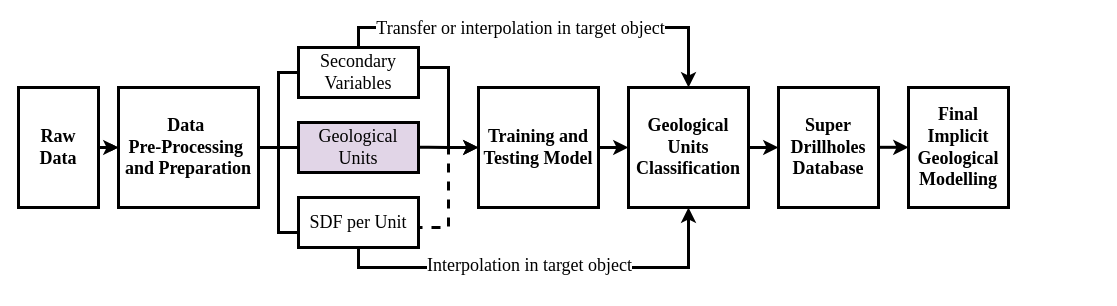
This is flow_geology_research.drawio from heberallin/Trabajos, a draw.io file, before an edit. Source tidied: cells renumbered, new cells numbered last; positions are measured from the earlier drawing's top-left corner, leaving out a move shared by most shapes. Both pictures are drawn from the tidied source at 100%, with x=0, y=0 at pixel (18, 47).
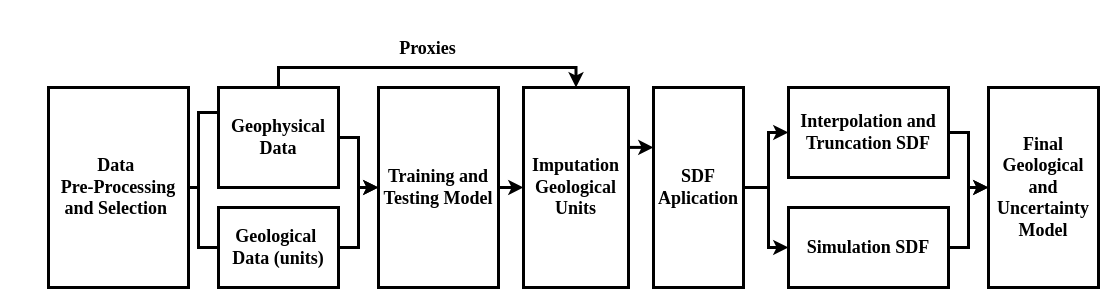
Above is the later version.

What changed in the source:
```diff
@@
-    <mxCell id="2" style="edgeStyle=orthogonalEdgeStyle;rounded=0;jettySize=auto;html=1;exitX=1;exitY=0.5;exitDx=0;exitDy=0;entryX=0;entryY=0.5;entryDx=0;entryDy=0;strokeWidth=3;fontSize=18;fontFamily=Times New Roman;fontStyle=1;" parent="1" edge="1" source="4" target="6">
-      <mxGeometry relative="1" as="geometry" />
-    </mxCell>
-    <mxCell id="3" style="edgeStyle=orthogonalEdgeStyle;rounded=0;jettySize=auto;html=1;fontFamily=Times New Roman;fontSize=18;fontStyle=1;" parent="1" edge="1" source="4" target="6">
-      <mxGeometry relative="1" as="geometry" />
-    </mxCell>
-    <mxCell id="4" value="&lt;font&gt;Raw&lt;/font&gt;&lt;div&gt;&lt;font&gt;Data&lt;/font&gt;&lt;/div&gt;" style="rounded=0;whiteSpace=wrap;html=1;strokeWidth=3;fillStyle=auto;glass=0;shadow=0;fontFamily=Times New Roman;fontSize=18;fontStyle=1;" parent="1" vertex="1">
-      <mxGeometry y="40" width="80" height="120" as="geometry" />
-    </mxCell>
-    <mxCell id="5" style="edgeStyle=orthogonalEdgeStyle;rounded=0;jettySize=auto;html=1;exitX=1;exitY=0.5;exitDx=0;exitDy=0;entryX=0;entryY=0.5;entryDx=0;entryDy=0;endArrow=none;startFill=0;strokeWidth=3;fontFamily=Times New Roman;fontSize=18;fontStyle=1;" parent="1" edge="1" source="6" target="24">
+    <mxCell id="5" style="edgeStyle=orthogonalEdgeStyle;rounded=0;jettySize=auto;html=1;exitX=1;exitY=0.5;exitDx=0;exitDy=0;entryX=0;entryY=0.5;entryDx=0;entryDy=0;endArrow=none;startFill=0;strokeWidth=3;fontFamily=Times New Roman;fontSize=18;fontStyle=1;labelBackgroundColor=none;fontColor=default;" parent="1" edge="1" source="6" target="24">
       <mxGeometry relative="1" as="geometry">
         <Array as="points">
-          <mxPoint x="260" y="100" />
-          <mxPoint x="260" y="25" />
+          <mxPoint x="180" y="140" />
+          <mxPoint x="180" y="65" />
+          <mxPoint x="200" y="65" />
         </Array>
       </mxGeometry>
     </mxCell>
-    <mxCell id="6" value="&lt;font&gt;Data&amp;nbsp;&lt;/font&gt;&lt;div&gt;&lt;font&gt;Pre-Processing&amp;nbsp;&lt;/font&gt;&lt;/div&gt;&lt;div&gt;&lt;font&gt;and Preparation&lt;/font&gt;&lt;/div&gt;" style="rounded=0;whiteSpace=wrap;html=1;strokeWidth=3;fillStyle=auto;glass=0;shadow=0;fontFamily=Times New Roman;fontSize=18;fontStyle=1;" parent="1" vertex="1">
-      <mxGeometry x="100" y="40" width="140" height="120" as="geometry" />
+    <mxCell id="6" value="&lt;font&gt;Data&amp;nbsp;&lt;/font&gt;&lt;div&gt;&lt;font&gt;Pre-Processing and Selection&amp;nbsp;&lt;/font&gt;&lt;/div&gt;" style="rounded=0;whiteSpace=wrap;html=1;strokeWidth=3;fillStyle=auto;glass=0;shadow=0;fontFamily=Times New Roman;fontSize=18;fontStyle=1;labelBackgroundColor=none;" parent="1" vertex="1">
+      <mxGeometry x="30" y="40" width="140" height="200" as="geometry" />
     </mxCell>
-    <mxCell id="7" style="edgeStyle=orthogonalEdgeStyle;rounded=0;jettySize=auto;html=1;exitX=1;exitY=0.5;exitDx=0;exitDy=0;entryX=0;entryY=0.5;entryDx=0;entryDy=0;strokeWidth=3;fontFamily=Times New Roman;fontSize=18;fontStyle=1;" parent="1" edge="1" source="8" target="18">
+    <mxCell id="7" style="edgeStyle=orthogonalEdgeStyle;rounded=0;jettySize=auto;html=1;exitX=1;exitY=0.5;exitDx=0;exitDy=0;entryX=0;entryY=0.5;entryDx=0;entryDy=0;strokeWidth=3;fontFamily=Times New Roman;fontSize=18;fontStyle=1;labelBackgroundColor=none;fontColor=default;" parent="1" edge="1" source="8" target="18">
       <mxGeometry relative="1" as="geometry" />
     </mxCell>
-    <mxCell id="8" value="&lt;font&gt;Training and Testing Model&lt;/font&gt;" style="rounded=0;whiteSpace=wrap;html=1;strokeWidth=3;fillStyle=auto;glass=0;shadow=0;fontFamily=Times New Roman;fontSize=18;fontStyle=1;" parent="1" vertex="1">
-      <mxGeometry x="460" y="40" width="120" height="120" as="geometry" />
+    <mxCell id="8" value="&lt;font&gt;Training and Testing Model&lt;/font&gt;" style="rounded=0;whiteSpace=wrap;html=1;strokeWidth=3;fillStyle=auto;glass=0;shadow=0;fontFamily=Times New Roman;fontSize=18;fontStyle=1;labelBackgroundColor=none;" parent="1" vertex="1">
+      <mxGeometry x="360" y="40" width="120" height="200" as="geometry" />
     </mxCell>
-    <mxCell id="9" style="edgeStyle=orthogonalEdgeStyle;rounded=0;jettySize=auto;html=1;exitX=1;exitY=0.5;exitDx=0;exitDy=0;endArrow=classic;startFill=0;strokeWidth=3;endFill=1;fontFamily=Times New Roman;fontSize=18;fontStyle=1;" parent="1" edge="1" source="24" target="8">
-      <mxGeometry relative="1" as="geometry">
-        <Array as="points">
-          <mxPoint x="400" y="20" />
-          <mxPoint x="430" y="20" />
-          <mxPoint x="430" y="100" />
-        </Array>
-      </mxGeometry>
-    </mxCell>
-    <mxCell id="10" style="edgeStyle=orthogonalEdgeStyle;rounded=0;jettySize=auto;html=1;exitX=0.5;exitY=0;exitDx=0;exitDy=0;entryX=0.5;entryY=0;entryDx=0;entryDy=0;fontFamily=Times New Roman;fontSize=18;fontStyle=1;strokeWidth=3;" parent="1" edge="1" source="24" target="18">
+    <mxCell id="10" style="edgeStyle=orthogonalEdgeStyle;rounded=0;jettySize=auto;html=1;exitX=0.5;exitY=0;exitDx=0;exitDy=0;entryX=0.5;entryY=0;entryDx=0;entryDy=0;fontFamily=Times New Roman;fontSize=18;fontStyle=1;strokeWidth=3;labelBackgroundColor=none;fontColor=default;" parent="1" edge="1" source="24" target="18">
       <mxGeometry relative="1" as="geometry" />
     </mxCell>
-    <mxCell id="11" value="Transfer or interpolation in target object" style="edgeLabel;html=1;align=center;verticalAlign=middle;fontSize=18;fontFamily=Times New Roman;fontStyle=0;" parent="10" vertex="1">
+    <mxCell id="11" value="Proxies" style="edgeLabel;html=1;align=center;verticalAlign=middle;fontSize=18;fontFamily=Times New Roman;fontStyle=1;labelBackgroundColor=none;rounded=0;" parent="10" vertex="1">
       <mxGeometry x="-0.26" y="-5" relative="1" as="geometry">
-        <mxPoint x="29" y="-5" as="offset" />
+        <mxPoint x="43" y="-25" as="offset" />
       </mxGeometry>
     </mxCell>
-    <mxCell id="12" style="edgeStyle=orthogonalEdgeStyle;rounded=0;jettySize=auto;html=1;exitX=1;exitY=0.5;exitDx=0;exitDy=0;entryX=0;entryY=0.5;entryDx=0;entryDy=0;endArrow=classic;startFill=0;strokeWidth=3;endFill=1;fontFamily=Times New Roman;fontSize=18;fontStyle=1;dashed=1;" parent="1" edge="1" source="23" target="8">
-      <mxGeometry relative="1" as="geometry">
-        <Array as="points">
-          <mxPoint x="400" y="180" />
-          <mxPoint x="430" y="180" />
-          <mxPoint x="430" y="100" />
-        </Array>
-      </mxGeometry>
-    </mxCell>
-    <mxCell id="13" style="edgeStyle=orthogonalEdgeStyle;rounded=0;jettySize=auto;html=1;exitX=0.5;exitY=1;exitDx=0;exitDy=0;entryX=0.5;entryY=1;entryDx=0;entryDy=0;fontFamily=Times New Roman;fontSize=18;fontStyle=1;strokeWidth=3;" parent="1" edge="1" source="23" target="18">
-      <mxGeometry relative="1" as="geometry" />
-    </mxCell>
-    <mxCell id="14" value="&lt;font&gt;Interpolation in target object&lt;/font&gt;" style="edgeLabel;html=1;align=center;verticalAlign=middle;fontSize=18;fontFamily=Times New Roman;fontStyle=0;" parent="13" vertex="1">
-      <mxGeometry x="0.21" y="3" relative="1" as="geometry">
-        <mxPoint x="-58" as="offset" />
-      </mxGeometry>
-    </mxCell>
+    <mxCell id="28" style="edgeStyle=orthogonalEdgeStyle;rounded=0;jettySize=auto;html=1;exitX=1;exitY=0.5;exitDx=0;exitDy=0;entryX=0;entryY=0.5;entryDx=0;entryDy=0;strokeWidth=3;labelBackgroundColor=none;fontColor=default;" parent="1" edge="1" source="15" target="8">
+      <mxGeometry relative="1" as="geometry" />
+    </mxCell>
-    <mxCell id="15" value="Geological Units" style="rounded=0;whiteSpace=wrap;html=1;strokeWidth=3;fillStyle=auto;glass=0;shadow=0;fontFamily=Times New Roman;fontSize=18;fillColor=#e1d5e7;strokeColor=#000000;fontStyle=0;" parent="1" vertex="1">
-      <mxGeometry x="280" y="75" width="120" height="50" as="geometry" />
+    <mxCell id="15" value="Geological&amp;nbsp;&lt;div&gt;Data (units)&lt;/div&gt;" style="rounded=0;whiteSpace=wrap;html=1;strokeWidth=3;fillStyle=auto;glass=0;shadow=0;fontFamily=Times New Roman;fontSize=18;fontStyle=1;labelBackgroundColor=none;" parent="1" vertex="1">
+      <mxGeometry x="200" y="160" width="120" height="80" as="geometry" />
     </mxCell>
-    <mxCell id="16" style="edgeStyle=orthogonalEdgeStyle;rounded=0;jettySize=auto;html=1;exitX=1;exitY=0.5;exitDx=0;exitDy=0;entryX=0;entryY=0.5;entryDx=0;entryDy=0;endArrow=none;startFill=0;strokeWidth=3;fontSize=18;fontFamily=Times New Roman;fontStyle=1;" parent="1" edge="1" source="6" target="15">
+    <mxCell id="16" style="edgeStyle=orthogonalEdgeStyle;rounded=0;jettySize=auto;html=1;exitX=1;exitY=0.5;exitDx=0;exitDy=0;entryX=0;entryY=0.5;entryDx=0;entryDy=0;endArrow=none;startFill=0;strokeWidth=3;fontSize=18;fontFamily=Times New Roman;fontStyle=1;labelBackgroundColor=none;fontColor=default;" parent="1" edge="1" source="6" target="15">
       <mxGeometry relative="1" as="geometry">
         <Array as="points">
-          <mxPoint x="250" y="100" />
-          <mxPoint x="250" y="100" />
+          <mxPoint x="180" y="140" />
+          <mxPoint x="180" y="200" />
         </Array>
       </mxGeometry>
     </mxCell>
-    <mxCell id="17" style="edgeStyle=orthogonalEdgeStyle;rounded=0;jettySize=auto;html=1;exitX=1;exitY=0.5;exitDx=0;exitDy=0;entryX=0;entryY=0.5;entryDx=0;entryDy=0;strokeWidth=3;" parent="1" edge="1" source="18" target="19">
-      <mxGeometry relative="1" as="geometry" />
-    </mxCell>
-    <mxCell id="18" value="&lt;font&gt;Geological Units&lt;/font&gt;&lt;div&gt;&lt;font&gt;Classification&lt;/font&gt;&lt;/div&gt;" style="rounded=0;whiteSpace=wrap;html=1;strokeWidth=3;fillStyle=auto;glass=0;shadow=0;fontFamily=Times New Roman;fontSize=18;fontStyle=1;" parent="1" vertex="1">
-      <mxGeometry x="610" y="40" width="120" height="120" as="geometry" />
+    <mxCell id="18" value="Imputation Geological Units" style="rounded=0;whiteSpace=wrap;html=1;strokeWidth=3;fillStyle=auto;glass=0;shadow=0;fontFamily=Times New Roman;fontSize=18;fontStyle=1;labelBackgroundColor=none;" parent="1" vertex="1">
+      <mxGeometry x="505" y="40" width="105" height="200" as="geometry" />
     </mxCell>
+    <mxCell id="29" style="edgeStyle=orthogonalEdgeStyle;jettySize=auto;html=1;exitX=1;exitY=0.5;exitDx=0;exitDy=0;entryX=0;entryY=0.5;entryDx=0;entryDy=0;strokeWidth=3;rounded=0;curved=0;" parent="1" edge="1" source="19" target="25">
+      <mxGeometry relative="1" as="geometry">
+        <Array as="points">
+          <mxPoint x="750" y="140" />
+          <mxPoint x="750" y="85" />
+        </Array>
+      </mxGeometry>
+    </mxCell>
+    <mxCell id="30" style="edgeStyle=orthogonalEdgeStyle;jettySize=auto;html=1;exitX=1;exitY=0.5;exitDx=0;exitDy=0;entryX=0;entryY=0.5;entryDx=0;entryDy=0;rounded=0;curved=0;strokeWidth=3;" parent="1" edge="1" source="19" target="35">
+      <mxGeometry relative="1" as="geometry">
+        <Array as="points">
+          <mxPoint x="750" y="140" />
+          <mxPoint x="750" y="200" />
+        </Array>
+      </mxGeometry>
+    </mxCell>
-    <mxCell id="19" value="Super Drillholes&lt;div&gt;Database&lt;/div&gt;" style="rounded=0;whiteSpace=wrap;html=1;strokeWidth=3;fillStyle=auto;glass=0;shadow=0;fontFamily=Times New Roman;fontSize=18;fontStyle=1;" parent="1" vertex="1">
-      <mxGeometry x="760" y="40" width="100" height="120" as="geometry" />
+    <mxCell id="19" value="SDF Aplication" style="rounded=0;whiteSpace=wrap;html=1;strokeWidth=3;fillStyle=auto;glass=0;shadow=0;fontFamily=Times New Roman;fontSize=18;fontStyle=1;labelBackgroundColor=none;" parent="1" vertex="1">
+      <mxGeometry x="635" y="40" width="90" height="200" as="geometry" />
     </mxCell>
-    <mxCell id="20" style="endArrow=none;html=1;rounded=0;fontSize=18;strokeWidth=3;exitX=0;exitY=0.5;exitDx=0;exitDy=0;" parent="1" edge="1">
-      <mxGeometry relative="1" as="geometry">
-        <mxPoint x="280" y="185" as="sourcePoint" />
-        <mxPoint x="260" y="100" as="targetPoint" />
-        <Array as="points">
-          <mxPoint x="260" y="185" />
-        </Array>
-      </mxGeometry>
-    </mxCell>
-    <mxCell id="21" style="endArrow=none;html=1;rounded=0;fontSize=18;strokeWidth=3;exitX=0;exitY=0.5;exitDx=0;exitDy=0;" parent="1" edge="1" source="23">
-      <mxGeometry relative="1" as="geometry">
-        <mxPoint x="320" y="180" as="targetPoint" />
-      </mxGeometry>
-    </mxCell>
-    <mxCell id="22" style="endArrow=none;html=1;rounded=0;fontSize=18;strokeWidth=3;" parent="1" edge="1" target="23">
-      <mxGeometry relative="1" as="geometry">
-        <mxPoint x="320" y="180" as="sourcePoint" />
-      </mxGeometry>
-    </mxCell>
-    <mxCell id="23" value="&lt;font&gt;SDF per Unit&lt;/font&gt;" style="rounded=0;whiteSpace=wrap;html=1;strokeWidth=3;fillStyle=auto;glass=0;shadow=0;fontFamily=Times New Roman;fontSize=18;fontStyle=0;" parent="1" vertex="1">
-      <mxGeometry x="280" y="150" width="120" height="50" as="geometry" />
-    </mxCell>
+    <mxCell id="9" style="edgeStyle=orthogonalEdgeStyle;rounded=0;jettySize=auto;html=1;exitX=1;exitY=0.5;exitDx=0;exitDy=0;entryX=0;entryY=0.5;entryDx=0;entryDy=0;strokeWidth=3;labelBackgroundColor=none;fontColor=default;" parent="1" edge="1" source="24" target="8">
+      <mxGeometry relative="1" as="geometry" />
+    </mxCell>
-    <mxCell id="24" value="Secondary Variables" style="rounded=0;whiteSpace=wrap;html=1;strokeWidth=3;fillStyle=auto;glass=0;shadow=0;fontFamily=Times New Roman;fontSize=18;fontStyle=0;" parent="1" vertex="1">
-      <mxGeometry x="280" width="120" height="50" as="geometry" />
+    <mxCell id="24" value="Geophysical Data" style="rounded=0;whiteSpace=wrap;html=1;strokeWidth=3;fillStyle=auto;glass=0;shadow=0;fontFamily=Times New Roman;fontSize=18;fontStyle=1;labelBackgroundColor=none;labelPosition=center;verticalLabelPosition=middle;align=center;verticalAlign=middle;" parent="1" vertex="1">
+      <mxGeometry x="200" y="40" width="120" height="100" as="geometry" />
     </mxCell>
+    <mxCell id="31" style="edgeStyle=orthogonalEdgeStyle;jettySize=auto;html=1;exitX=1;exitY=0.5;exitDx=0;exitDy=0;entryX=0;entryY=0.5;entryDx=0;entryDy=0;rounded=0;curved=0;strokeWidth=3;" parent="1" edge="1" source="25" target="33">
+      <mxGeometry relative="1" as="geometry" />
+    </mxCell>
-    <mxCell id="25" value="Final Implicit&lt;div&gt;Geological Modelling&lt;/div&gt;" style="rounded=0;whiteSpace=wrap;html=1;strokeWidth=3;fillStyle=auto;glass=0;shadow=0;fontFamily=Times New Roman;fontSize=18;fontStyle=1;" parent="1" vertex="1">
-      <mxGeometry x="890" y="40" width="100" height="120" as="geometry" />
+    <mxCell id="25" value="Interpolation and Truncation SDF" style="rounded=0;whiteSpace=wrap;html=1;strokeWidth=3;fillStyle=auto;glass=0;shadow=0;fontFamily=Times New Roman;fontSize=18;fontStyle=1;labelBackgroundColor=none;" parent="1" vertex="1">
+      <mxGeometry x="770" y="40" width="160" height="90" as="geometry" />
     </mxCell>
-    <mxCell id="26" style="edgeStyle=orthogonalEdgeStyle;rounded=0;orthogonalLoop=1;jettySize=auto;html=1;exitX=1;exitY=0.5;exitDx=0;exitDy=0;entryX=0;entryY=0.5;entryDx=0;entryDy=0;strokeWidth=3;" parent="1" edge="1">
-      <mxGeometry relative="1" as="geometry">
-        <mxPoint x="860" y="99.8" as="sourcePoint" />
-        <mxPoint x="890" y="99.8" as="targetPoint" />
-      </mxGeometry>
-    </mxCell>
-    <mxCell id="27" style="edgeStyle=orthogonalEdgeStyle;rounded=0;orthogonalLoop=1;jettySize=auto;html=1;exitX=1;exitY=0.5;exitDx=0;exitDy=0;endArrow=none;startFill=0;strokeWidth=3;fontSize=18;fontFamily=Times New Roman;fontStyle=1;" parent="1" edge="1">
-      <mxGeometry relative="1" as="geometry">
-        <mxPoint x="400" y="99.8" as="sourcePoint" />
-        <mxPoint x="430" y="100" as="targetPoint" />
-        <Array as="points">
-          <mxPoint x="410" y="99.8" />
-          <mxPoint x="410" y="99.8" />
-        </Array>
-      </mxGeometry>
-    </mxCell>
+    <mxCell id="32" style="edgeStyle=orthogonalEdgeStyle;rounded=0;orthogonalLoop=1;jettySize=auto;html=1;exitX=1;exitY=0.5;exitDx=0;exitDy=0;entryX=0;entryY=0.5;entryDx=0;entryDy=0;strokeWidth=3;fontFamily=Times New Roman;fontSize=18;fontStyle=1;labelBackgroundColor=none;fontColor=default;" parent="1" edge="1">
+      <mxGeometry relative="1" as="geometry">
+        <mxPoint x="610" y="99.9" as="sourcePoint" />
+        <mxPoint x="635" y="99.9" as="targetPoint" />
+      </mxGeometry>
+    </mxCell>
+    <mxCell id="33" value="Final Geological and Uncertainty Model" style="rounded=0;whiteSpace=wrap;html=1;strokeWidth=3;fillStyle=auto;glass=0;shadow=0;fontFamily=Times New Roman;fontSize=18;fontStyle=1;labelBackgroundColor=none;" parent="1" vertex="1">
+      <mxGeometry x="970" y="40" width="110" height="200" as="geometry" />
+    </mxCell>
+    <mxCell id="34" style="edgeStyle=orthogonalEdgeStyle;jettySize=auto;html=1;exitX=1;exitY=0.5;exitDx=0;exitDy=0;rounded=0;curved=0;strokeWidth=3;" parent="1" edge="1" source="35" target="33">
+      <mxGeometry relative="1" as="geometry" />
+    </mxCell>
+    <mxCell id="35" value="Simulation SDF" style="rounded=0;whiteSpace=wrap;html=1;strokeWidth=3;fillStyle=auto;glass=0;shadow=0;fontFamily=Times New Roman;fontSize=18;fontStyle=1;labelBackgroundColor=none;" parent="1" vertex="1">
+      <mxGeometry x="770" y="160" width="160" height="80" as="geometry" />
+    </mxCell>
```
